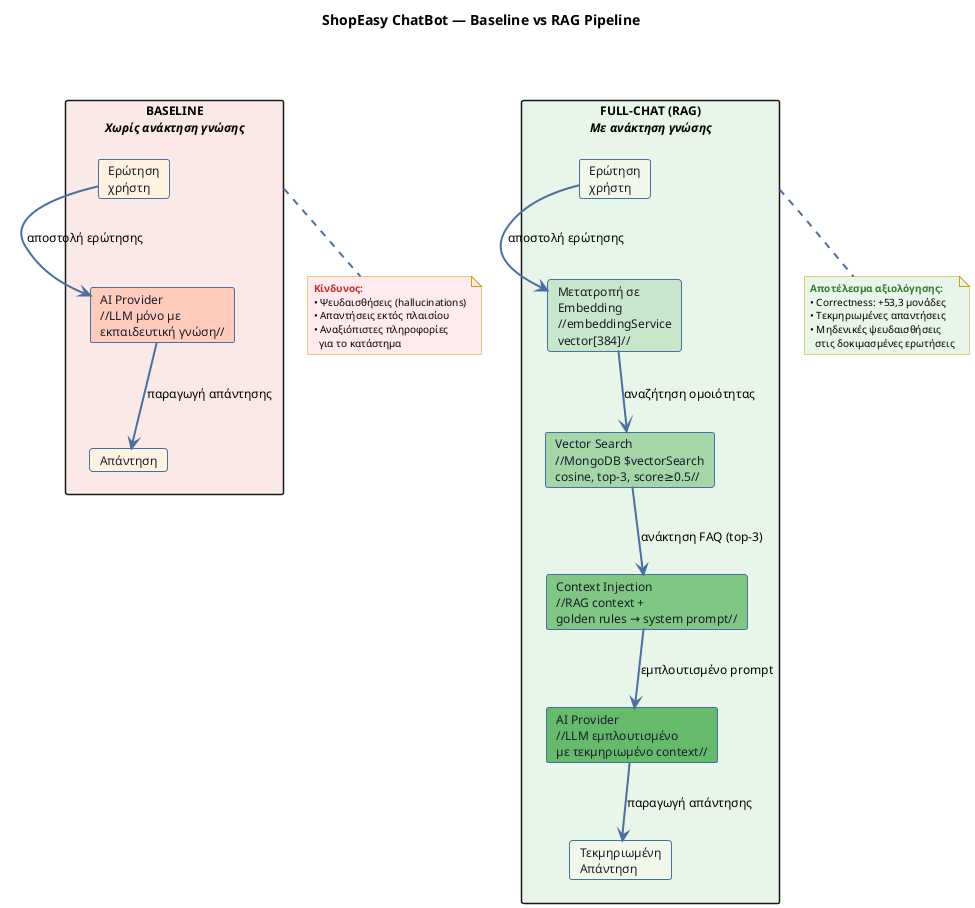
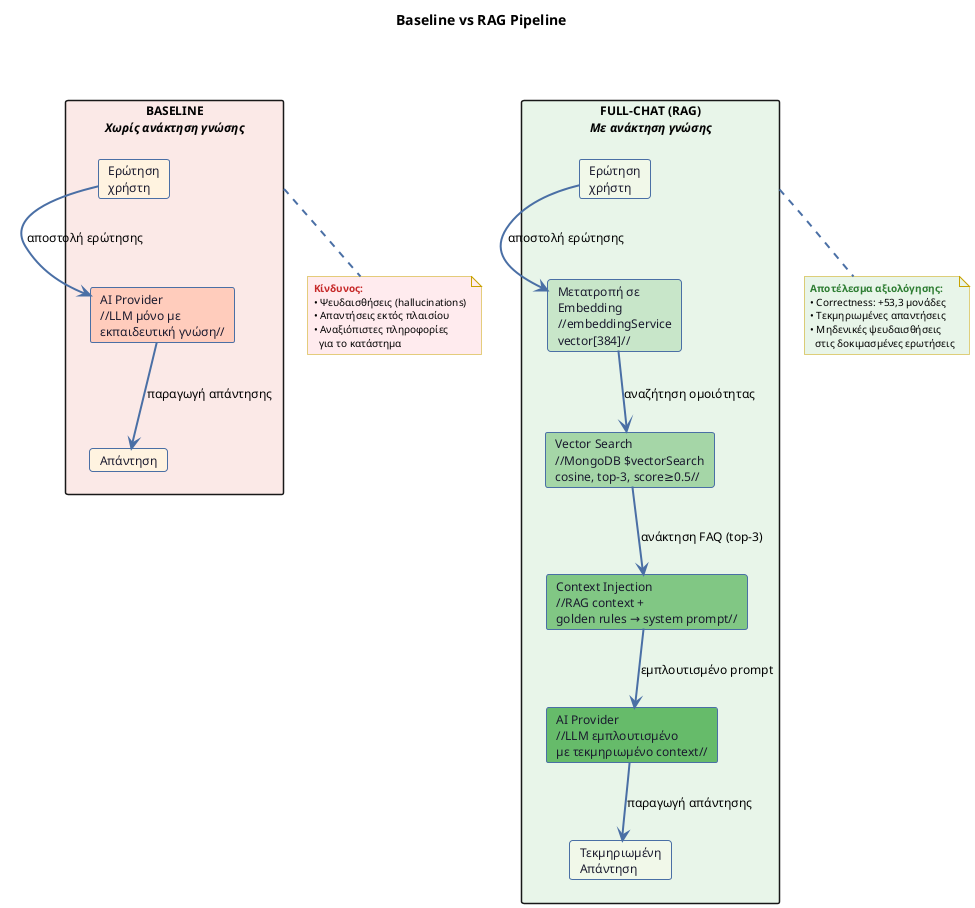
' =============================================================
' Διάγραμμα 6: RAG vs Baseline (Σύγκριση Ροών)
' Κεφάλαιο: 7.4 — Σύγκριση Full System έναντι Baseline
' Δείχνει οπτικά τη διαφορά μεταξύ:
'   - Baseline: ερώτηση → AI → απάντηση (κίνδυνος hallucination)
'   - Full-chat (RAG): ερώτηση → embedding → vector search
'     → context injection → AI → τεκμηριωμένη απάντηση
' Συνοδεύει τα αποτελέσματα αξιολόγησης (+53,3 ποσοστιαίες μονάδες).
' =============================================================

@startuml 06-rag-vs-baseline

skinparam defaultFontName Arial
skinparam defaultFontSize 12
skinparam backgroundColor #FFFFFF
skinparam ArrowColor #4A6FA5
skinparam ArrowThickness 2

skinparam rectangle {
    BorderThickness 1.5
    FontStyle bold
}

skinparam note {
    BackgroundColor #FFFDE7
    BorderColor #C8A200
    FontSize 10
}

skinparam card {
    BackgroundColor #FFFFFF
    BorderColor #4A6FA5
    BorderThickness 1
    FontColor #1A1A2E
}

- title <b>ShopEasy ChatBot — Baseline vs RAG Pipeline</b>
+ title <b>Baseline vs RAG Pipeline</b>

together {

    ' ─────────────────────────────────────────
    ' ΑΡΙΣΤΕΡΑ: Baseline
    ' ─────────────────────────────────────────
    rectangle "BASELINE\n//Χωρίς ανάκτηση γνώσης//" as BL_BOX #FBE9E7 {

        card "Ερώτηση\nχρήστη" as BL_Q #FFF3E0
        card "AI Provider\n//LLM μόνο με\nεκπαιδευτική γνώση//" as BL_AI #FFCCBC
        card "Απάντηση" as BL_A #FFF3E0

        BL_Q -down-> BL_AI : αποστολή ερώτησης
        BL_AI -down-> BL_A : παραγωγή απάντησης
    }

    note bottom of BL_BOX #FFEBEE
      <color:#C62828><b>Κίνδυνος:</b></color>
      • Ψευδαισθήσεις (hallucinations)
      • Απαντήσεις εκτός πλαισίου
      • Αναξιόπιστες πληροφορίες
        για το κατάστημα
    end note

}

together {

    ' ─────────────────────────────────────────
    ' ΔΕΞΙΑ: Full-chat (RAG)
    ' ─────────────────────────────────────────
    rectangle "FULL-CHAT (RAG)\n//Με ανάκτηση γνώσης//" as RAG_BOX #E8F5E9 {

        card "Ερώτηση\nχρήστη" as RAG_Q #F1F8E9
        card "Μετατροπή σε\nEmbedding\n//embeddingService\nvector[384]//" as RAG_EMB #C8E6C9
        card "Vector Search\n//MongoDB $vectorSearch\ncosine, top-3, score≥0.5//" as RAG_VS #A5D6A7
        card "Context Injection\n//RAG context +\ngolden rules → system prompt//" as RAG_CTX #81C784
        card "AI Provider\n//LLM εμπλουτισμένο\nμε τεκμηριωμένο context//" as RAG_AI #66BB6A
        card "Τεκμηριωμένη\nΑπάντηση" as RAG_A #F1F8E9

        RAG_Q -down-> RAG_EMB : αποστολή ερώτησης
        RAG_EMB -down-> RAG_VS : αναζήτηση ομοιότητας
        RAG_VS -down-> RAG_CTX : ανάκτηση FAQ (top-3)
        RAG_CTX -down-> RAG_AI : εμπλουτισμένο prompt
        RAG_AI -down-> RAG_A : παραγωγή απάντησης
    }

    note bottom of RAG_BOX #E8F5E9
      <color:#2E7D32><b>Αποτέλεσμα αξιολόγησης:</b></color>
      • Correctness: +53,3 μονάδες
      • Τεκμηριωμένες απαντήσεις
      • Μηδενικές ψευδαισθήσεις
        στις δοκιμασμένες ερωτήσεις
    end note

}

' ─────────────────────────────────────────
' Σύγκριση κατ' ευθείαν
' ─────────────────────────────────────────
BL_BOX -right[hidden]-> RAG_BOX

@enduml
